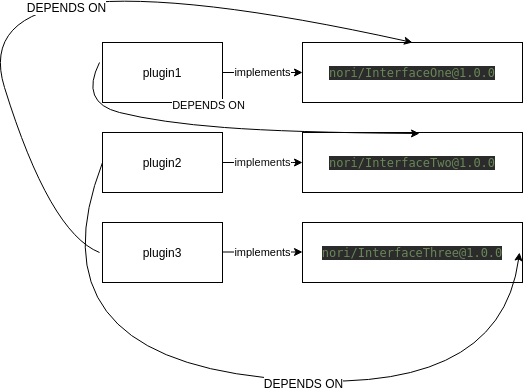
secure2work/nori keeps this draw.io diagram as internal/dependency/schemes/TestDependencyGraph_SortWithRing4.png. Above is the earlier version. Source tidied: cells renumbered, new cells last; positions are measured from the earlier drawing's top-left corner, leaving out a move shared by most shapes.
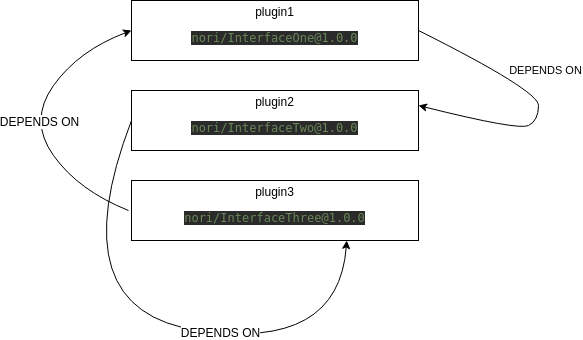
Later version of the same file.

What changed in the source:
```diff
@@ -2,63 +2,32 @@
   <root>
     <mxCell id="0" />
     <mxCell id="1" parent="0" />
-    <mxCell id="2" value="plugin1" style="rounded=0;whiteSpace=wrap;html=1;" parent="1" vertex="1">
-      <mxGeometry x="143" y="100" width="120" height="60" as="geometry" />
+    <mxCell id="2" value="plugin1&lt;br&gt;&lt;pre style=&quot;color: rgb(169 , 183 , 198) ; font-size: 9pt ; background-color: rgb(43 , 43 , 43) ; font-family: &amp;#34;dejavu sans mono&amp;#34;&quot;&gt;&lt;span style=&quot;color: rgb(106 , 135 , 89)&quot;&gt;nori/InterfaceOne@1.0.0&lt;/span&gt;&lt;/pre&gt;" style="rounded=0;whiteSpace=wrap;html=1;" parent="1" vertex="1">
+      <mxGeometry x="143" y="100" width="287" height="60" as="geometry" />
     </mxCell>
-    <mxCell id="3" value="plugin2" style="rounded=0;whiteSpace=wrap;html=1;" parent="1" vertex="1">
-      <mxGeometry x="143" y="190" width="120" height="60" as="geometry" />
+    <mxCell id="3" value="plugin2&lt;br&gt;&lt;pre style=&quot;color: rgb(169 , 183 , 198) ; font-size: 9pt ; background-color: rgb(43 , 43 , 43) ; font-family: &amp;#34;dejavu sans mono&amp;#34;&quot;&gt;&lt;span style=&quot;color: rgb(106 , 135 , 89)&quot;&gt;nori/InterfaceTwo@1.0.0&lt;/span&gt;&lt;/pre&gt;" style="rounded=0;whiteSpace=wrap;html=1;" parent="1" vertex="1">
+      <mxGeometry x="143" y="190" width="287" height="60" as="geometry" />
     </mxCell>
-    <mxCell id="4" value="plugin3" style="rounded=0;whiteSpace=wrap;html=1;" parent="1" vertex="1">
-      <mxGeometry x="143" y="280" width="120" height="60" as="geometry" />
+    <mxCell id="4" value="plugin3&lt;br&gt;&lt;pre style=&quot;color: rgb(169 , 183 , 198) ; font-size: 9pt ; background-color: rgb(43 , 43 , 43) ; font-family: &amp;#34;dejavu sans mono&amp;#34;&quot;&gt;&lt;span style=&quot;color: rgb(106 , 135 , 89)&quot;&gt;nori/InterfaceThree@1.0.0&lt;/span&gt;&lt;/pre&gt;" style="rounded=0;whiteSpace=wrap;html=1;" parent="1" vertex="1">
+      <mxGeometry x="143" y="280" width="287" height="60" as="geometry" />
     </mxCell>
-    <mxCell id="5" value="&lt;pre style=&quot;background-color: rgb(43 , 43 , 43) ; font-family: &amp;#34;dejavu sans mono&amp;#34; ; font-size: 9pt&quot;&gt;&lt;pre style=&quot;color: rgb(169 , 183 , 198) ; font-family: &amp;#34;dejavu sans mono&amp;#34; ; font-size: 9pt&quot;&gt;&lt;pre style=&quot;font-family: &amp;#34;dejavu sans mono&amp;#34; ; font-size: 9pt&quot;&gt;&lt;span style=&quot;color: #6a8759&quot;&gt;nori/InterfaceOne@1.0.0&lt;/span&gt;&lt;/pre&gt;&lt;/pre&gt;&lt;/pre&gt;" style="rounded=0;html=1;fontColor=#FFFFFF;whiteSpace=wrap;" parent="1" vertex="1">
-      <mxGeometry x="343" y="100" width="220" height="60" as="geometry" />
-    </mxCell>
-    <mxCell id="6" value="implements" style="endArrow=classic;html=1;exitX=1;exitY=0.5;exitDx=0;exitDy=0;entryX=0;entryY=0.5;entryDx=0;entryDy=0;" parent="1" edge="1" source="2" target="5">
-      <mxGeometry relative="1" as="geometry" />
-    </mxCell>
     <mxCell id="7" value="Text" style="text;html=1;align=center;verticalAlign=middle;fontColor=#FFFFFF;" parent="1" vertex="1">
       <mxGeometry x="376" y="230" width="40" height="20" as="geometry" />
     </mxCell>
-    <mxCell id="8" value="&lt;pre style=&quot;background-color: rgb(43 , 43 , 43) ; font-family: &amp;#34;dejavu sans mono&amp;#34; ; font-size: 9pt&quot;&gt;&lt;pre style=&quot;color: rgb(169 , 183 , 198) ; font-family: &amp;#34;dejavu sans mono&amp;#34; ; font-size: 9pt&quot;&gt;&lt;pre style=&quot;font-family: &amp;#34;dejavu sans mono&amp;#34; ; font-size: 9pt&quot;&gt;&lt;span style=&quot;color: #6a8759&quot;&gt;nori/InterfaceTwo@1.0.0&lt;/span&gt;&lt;/pre&gt;&lt;/pre&gt;&lt;/pre&gt;" style="rounded=0;html=1;fontColor=#FFFFFF;whiteSpace=wrap;" parent="1" vertex="1">
-      <mxGeometry x="343" y="190" width="220" height="60" as="geometry" />
-    </mxCell>
-    <mxCell id="9" value="&lt;pre style=&quot;background-color: rgb(43 , 43 , 43) ; font-family: &amp;#34;dejavu sans mono&amp;#34; ; font-size: 9pt&quot;&gt;&lt;pre style=&quot;color: rgb(169 , 183 , 198) ; font-family: &amp;#34;dejavu sans mono&amp;#34; ; font-size: 9pt&quot;&gt;&lt;pre style=&quot;font-family: &amp;#34;dejavu sans mono&amp;#34; ; font-size: 9pt&quot;&gt;&lt;span style=&quot;color: #6a8759&quot;&gt;nori/InterfaceThree@1.0.0&lt;/span&gt;&lt;/pre&gt;&lt;/pre&gt;&lt;/pre&gt;" style="rounded=0;html=1;fontColor=#FFFFFF;whiteSpace=wrap;" parent="1" vertex="1">
-      <mxGeometry x="343" y="280" width="220" height="60" as="geometry" />
-    </mxCell>
-    <mxCell id="10" value="implements" style="endArrow=classic;html=1;fontColor=#0F0F0F;exitX=1;exitY=0.5;exitDx=0;exitDy=0;entryX=0;entryY=0.5;entryDx=0;entryDy=0;" parent="1" edge="1" source="3" target="8">
-      <mxGeometry relative="1" as="geometry">
-        <Array as="points">
-          <mxPoint x="343" y="220" />
-        </Array>
-      </mxGeometry>
-    </mxCell>
-    <mxCell id="11" value="implements" style="endArrow=classic;html=1;fontColor=#000000;exitX=1;exitY=0.5;exitDx=0;exitDy=0;entryX=0;entryY=0.5;entryDx=0;entryDy=0;" parent="1" edge="1">
-      <mxGeometry relative="1" as="geometry">
-        <mxPoint x="263" y="309.5" as="sourcePoint" />
-        <mxPoint x="343" y="309.5" as="targetPoint" />
-        <Array as="points">
-          <mxPoint x="343" y="309.5" />
-        </Array>
-      </mxGeometry>
-    </mxCell>
-    <mxCell id="12" value="DEPENDS ON" style="curved=1;endArrow=classic;html=1;fontColor=#000000;" parent="1" edge="1">
+    <mxCell id="12" value="DEPENDS ON" style="curved=1;endArrow=classic;html=1;fontColor=#000000;entryX=1;entryY=0.25;entryDx=0;entryDy=0;exitX=1;exitY=0.5;exitDx=0;exitDy=0;" parent="1" edge="1" source="2" target="3">
       <mxGeometry x="-0.09" y="21" relative="1" as="geometry">
-        <mxPoint x="140" y="120" as="sourcePoint" />
-        <mxPoint x="460" y="191" as="targetPoint" />
         <Array as="points">
-          <mxPoint x="120" y="160" />
-          <mxPoint x="200" y="180" />
-          <mxPoint x="330" y="190" />
+          <mxPoint x="550" y="190" />
+          <mxPoint x="550" y="220" />
+          <mxPoint x="530" y="230" />
         </Array>
       </mxGeometry>
     </mxCell>
-    <mxCell id="13" style="curved=1;endArrow=classic;html=1;fontColor=#000000;exitX=0;exitY=0.5;exitDx=0;exitDy=0;" parent="1" edge="1" source="3">
+    <mxCell id="13" style="curved=1;endArrow=classic;html=1;fontColor=#000000;exitX=0;exitY=0.5;exitDx=0;exitDy=0;entryX=0.75;entryY=1;entryDx=0;entryDy=0;" parent="1" edge="1" source="3" target="4">
       <mxGeometry relative="1" as="geometry">
-        <mxPoint x="560" y="310" as="targetPoint" />
         <Array as="points">
           <mxPoint x="70" y="410" />
-          <mxPoint x="540" y="460" />
+          <mxPoint x="350" y="450" />
         </Array>
       </mxGeometry>
     </mxCell>
@@ -67,17 +36,20 @@
         <mxPoint x="74.2" y="12.9" as="offset" />
       </mxGeometry>
     </mxCell>
-    <mxCell id="15" style="curved=1;endArrow=classic;html=1;entryX=0.5;entryY=0;entryDx=0;entryDy=0;" parent="1" edge="1" target="5">
+    <mxCell id="15" style="curved=1;endArrow=classic;html=1;entryX=0;entryY=0.5;entryDx=0;entryDy=0;" parent="1" edge="1" target="2">
       <mxGeometry relative="1" as="geometry">
         <mxPoint x="140" y="310" as="sourcePoint" />
         <Array as="points">
           <mxPoint x="90" y="290" />
-          <mxPoint />
+          <mxPoint x="40" y="220" />
+          <mxPoint x="90" y="150" />
         </Array>
       </mxGeometry>
     </mxCell>
     <mxCell id="16" value="DEPENDS ON" style="text;html=1;align=center;verticalAlign=middle;labelBackgroundColor=#ffffff;" parent="15" vertex="1">
-      <mxGeometry x="0.16" y="-40" relative="1" as="geometry" />
+      <mxGeometry x="0.16" y="-40" relative="1" as="geometry">
+        <mxPoint x="-36" y="-4.4" as="offset" />
+      </mxGeometry>
     </mxCell>
   </root>
 </mxGraphModel>
```
